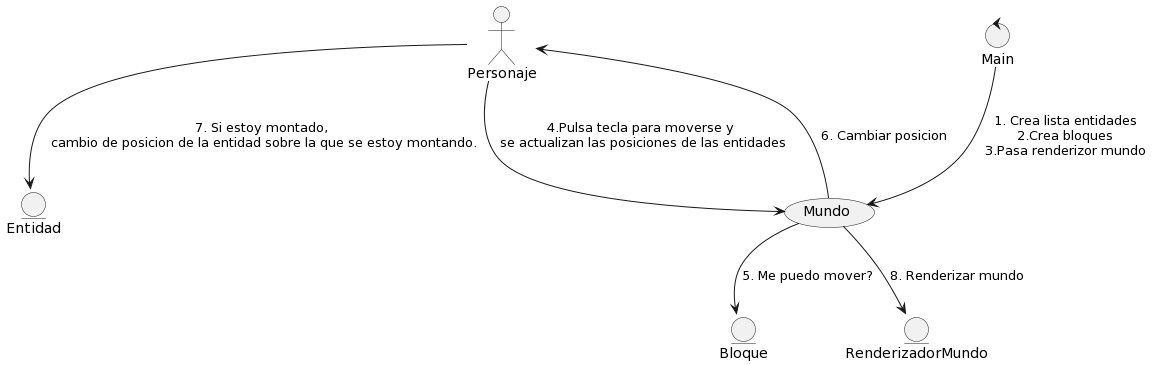
Before: grupo3/laberinto/diagramas/colaboracion.png, a diagram exported from PlantUML (mmasias/IdSw2-22-23).
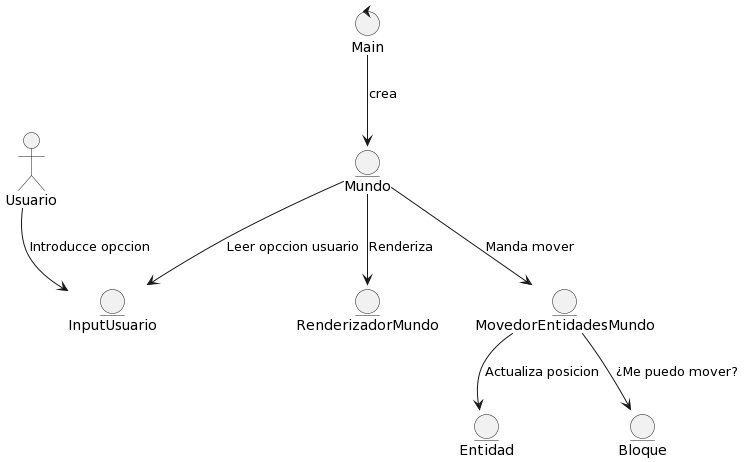
Later version of the same file.

Commit message:
Actualizado diagramas

The edit, as a diff of the source:
```diff
@@ -1,13 +1,19 @@
 @startuml
-actor Personaje
+actor Usuario
 control Main
+entity Mundo
 entity Entidad
 entity Bloque
 entity RenderizadorMundo
-Personaje --> (Mundo) : 4.Pulsa tecla para moverse y \nse actualizan las posiciones de las entidades
-Main --> (Mundo) : 1. Crea lista entidades\n2.Crea bloques\n3.Pasa renderizor mundo
-Mundo --> Bloque : 5. Me puedo mover?
-Mundo --> Personaje: 6. Cambiar posicion
-Personaje --> Entidad: 7. Si estoy montado, \ncambio de posicion de la entidad sobre la que se estoy montando.
-Mundo --> RenderizadorMundo: 8. Renderizar mundo
+entity MovedorEntidadesMundo
+entity InputUsuario
+
+Main --> Mundo : crea
+
+Mundo --> (InputUsuario) : Leer opccion usuario
+Mundo --> RenderizadorMundo : Renderiza
+Mundo --> MovedorEntidadesMundo : Manda mover
+MovedorEntidadesMundo --> Entidad : Actualiza posicion
+MovedorEntidadesMundo --> Bloque : ¿Me puedo mover?
+Usuario --> InputUsuario : Introducce opccion
 @enduml
```
